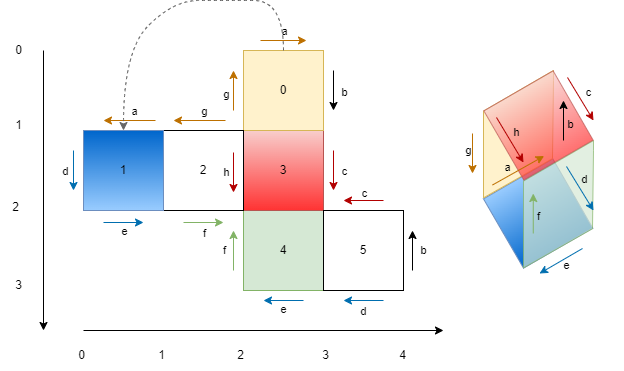
derailed-dash/Advent-of-Code keeps this draw.io diagram as docs/assets/images/cube_folding_sample.png. Above is the earlier version. Source tidied: cells renumbered, new cells last; positions are measured from the earlier drawing's top-left corner, leaving out a move shared by most shapes.
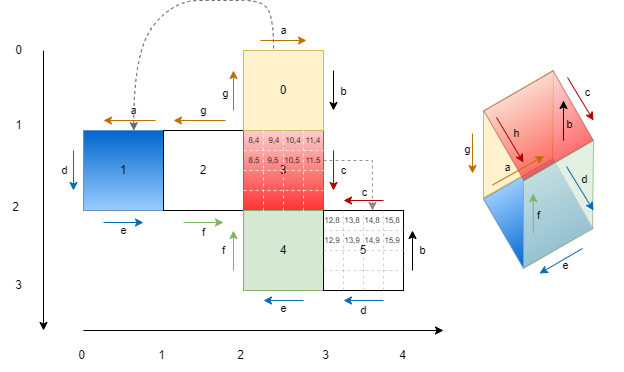
After the change.

Diff of the diagram source:
```diff
@@ -2,30 +2,12 @@
   <root>
     <mxCell id="0" />
     <mxCell id="1" parent="0" />
-    <mxCell id="2" value="4" style="whiteSpace=wrap;html=1;fillColor=#d5e8d4;strokeColor=#82b366;" parent="1" vertex="1">
-      <mxGeometry x="243" y="210" width="80" height="80" as="geometry" />
-    </mxCell>
     <mxCell id="3" style="edgeStyle=orthogonalEdgeStyle;rounded=0;jettySize=auto;html=1;strokeColor=#000000;" parent="1" edge="1" source="5" target="9">
       <mxGeometry relative="1" as="geometry" />
     </mxCell>
     <mxCell id="4" style="edgeStyle=orthogonalEdgeStyle;rounded=0;jettySize=auto;html=1;strokeColor=#000000;" parent="1" edge="1" source="5" target="9">
       <mxGeometry relative="1" as="geometry" />
     </mxCell>
-    <mxCell id="5" value="3" style="whiteSpace=wrap;html=1;fillColor=#f8cecc;strokeColor=#b85450;gradientColor=#FF3333;" parent="1" vertex="1">
-      <mxGeometry x="243" y="130" width="80" height="80" as="geometry" />
-    </mxCell>
-    <mxCell id="6" value="0" style="whiteSpace=wrap;html=1;fillColor=#fff2cc;strokeColor=#d6b656;" parent="1" vertex="1">
-      <mxGeometry x="243" y="50" width="80" height="80" as="geometry" />
-    </mxCell>
-    <mxCell id="7" value="5" style="whiteSpace=wrap;html=1;" parent="1" vertex="1">
-      <mxGeometry x="323" y="210" width="80" height="80" as="geometry" />
-    </mxCell>
-    <mxCell id="8" value="2" style="whiteSpace=wrap;html=1;" parent="1" vertex="1">
-      <mxGeometry x="163" y="130" width="80" height="80" as="geometry" />
-    </mxCell>
-    <mxCell id="9" value="1" style="whiteSpace=wrap;html=1;fillColor=#0066CC;strokeColor=#6c8ebf;gradientColor=#99CCFF;" parent="1" vertex="1">
-      <mxGeometry x="83" y="130" width="80" height="80" as="geometry" />
-    </mxCell>
     <mxCell id="10" style="endArrow=none;html=1;rounded=0;endFill=0;startArrow=classic;startFill=1;" parent="1" edge="1">
       <mxGeometry relative="1" as="geometry">
         <mxPoint x="43" y="330" as="sourcePoint" />
@@ -344,15 +326,164 @@
         <mxPoint x="1" y="-16" as="offset" />
       </mxGeometry>
     </mxCell>
+    <mxCell id="9" value="1" style="whiteSpace=wrap;html=1;fillColor=#0066CC;strokeColor=#6c8ebf;gradientColor=#99CCFF;" parent="1" vertex="1">
+      <mxGeometry x="83" y="130" width="80" height="80" as="geometry" />
+    </mxCell>
+    <mxCell id="8" value="2" style="whiteSpace=wrap;html=1;" parent="1" vertex="1">
+      <mxGeometry x="163" y="130" width="80" height="80" as="geometry" />
+    </mxCell>
+    <mxCell id="5" value="3" style="whiteSpace=wrap;html=1;fillColor=#f8cecc;strokeColor=#b85450;gradientColor=#FF3333;" parent="1" vertex="1">
+      <mxGeometry x="243" y="130" width="80" height="80" as="geometry" />
+    </mxCell>
+    <mxCell id="2" value="4" style="whiteSpace=wrap;html=1;fillColor=#d5e8d4;strokeColor=#82b366;" parent="1" vertex="1">
+      <mxGeometry x="243" y="210" width="80" height="80" as="geometry" />
+    </mxCell>
+    <mxCell id="7" value="5" style="whiteSpace=wrap;html=1;" parent="1" vertex="1">
+      <mxGeometry x="323" y="210" width="80" height="80" as="geometry" />
+    </mxCell>
+    <mxCell id="6" value="0" style="whiteSpace=wrap;html=1;fillColor=#fff2cc;strokeColor=#d6b656;" parent="1" vertex="1">
+      <mxGeometry x="243" y="50" width="80" height="80" as="geometry" />
+    </mxCell>
+    <mxCell id="72" value="Features" parent="0" />
+    <mxCell id="73" style="endArrow=none;html=1;rounded=0;dashed=1;entryX=0.25;entryY=0;entryDx=0;entryDy=0;exitX=0.25;exitY=1;exitDx=0;exitDy=0;strokeColor=#B3B3B3;opacity=60;" parent="72" edge="1">
+      <mxGeometry relative="1" as="geometry">
+        <mxPoint x="343" y="290" as="sourcePoint" />
+        <mxPoint x="343" y="210" as="targetPoint" />
+      </mxGeometry>
+    </mxCell>
+    <mxCell id="74" style="endArrow=none;html=1;rounded=0;dashed=1;entryX=0.5;entryY=0;entryDx=0;entryDy=0;exitX=0.5;exitY=1;exitDx=0;exitDy=0;strokeColor=#B3B3B3;opacity=60;" parent="72" edge="1">
+      <mxGeometry x="0.5" y="-130" relative="1" as="geometry">
+        <mxPoint x="363" y="290" as="sourcePoint" />
+        <mxPoint x="363" y="210" as="targetPoint" />
+      </mxGeometry>
+    </mxCell>
+    <mxCell id="75" style="endArrow=none;html=1;rounded=0;dashed=1;entryX=0.75;entryY=0;entryDx=0;entryDy=0;exitX=0.75;exitY=1;exitDx=0;exitDy=0;strokeColor=#B3B3B3;opacity=60;" parent="72" edge="1">
+      <mxGeometry relative="1" as="geometry">
+        <mxPoint x="383" y="290" as="sourcePoint" />
+        <mxPoint x="383" y="210" as="targetPoint" />
+      </mxGeometry>
+    </mxCell>
+    <mxCell id="76" style="endArrow=none;html=1;rounded=0;dashed=1;entryX=1;entryY=0.25;entryDx=0;entryDy=0;exitX=0;exitY=0.25;exitDx=0;exitDy=0;strokeColor=#B3B3B3;opacity=60;" parent="72" edge="1">
+      <mxGeometry relative="1" as="geometry">
+        <mxPoint x="323" y="230" as="sourcePoint" />
+        <mxPoint x="403" y="230" as="targetPoint" />
+      </mxGeometry>
+    </mxCell>
+    <mxCell id="77" style="endArrow=none;html=1;rounded=0;dashed=1;entryX=1;entryY=0.5;entryDx=0;entryDy=0;exitX=0;exitY=0.5;exitDx=0;exitDy=0;strokeColor=#B3B3B3;opacity=60;" parent="72" edge="1">
+      <mxGeometry relative="1" as="geometry">
+        <mxPoint x="323" y="250" as="sourcePoint" />
+        <mxPoint x="403" y="250" as="targetPoint" />
+      </mxGeometry>
+    </mxCell>
+    <mxCell id="78" style="endArrow=none;html=1;rounded=0;dashed=1;entryX=1;entryY=0.75;entryDx=0;entryDy=0;exitX=0;exitY=0.75;exitDx=0;exitDy=0;strokeColor=#B3B3B3;opacity=60;" parent="72" edge="1">
+      <mxGeometry relative="1" as="geometry">
+        <mxPoint x="323" y="270" as="sourcePoint" />
+        <mxPoint x="403" y="270" as="targetPoint" />
+      </mxGeometry>
+    </mxCell>
+    <mxCell id="79" style="endArrow=none;html=1;rounded=0;dashed=1;strokeColor=#FFFFFF;entryX=0.25;entryY=0;entryDx=0;entryDy=0;exitX=0.25;exitY=1;exitDx=0;exitDy=0;fillColor=#eeeeee;opacity=70;" parent="72" edge="1">
+      <mxGeometry relative="1" as="geometry">
+        <mxPoint x="263" y="210" as="sourcePoint" />
+        <mxPoint x="263" y="130" as="targetPoint" />
+      </mxGeometry>
+    </mxCell>
+    <mxCell id="80" style="endArrow=none;html=1;rounded=0;dashed=1;strokeColor=#FFFFFF;entryX=0.5;entryY=0;entryDx=0;entryDy=0;fillColor=#eeeeee;opacity=70;" parent="72" edge="1" source="5">
+      <mxGeometry x="0.5" y="-130" relative="1" as="geometry">
+        <mxPoint x="283" y="130" as="targetPoint" />
+      </mxGeometry>
+    </mxCell>
+    <mxCell id="81" style="endArrow=none;html=1;rounded=0;dashed=1;strokeColor=#FFFFFF;entryX=0.75;entryY=0;entryDx=0;entryDy=0;exitX=0.75;exitY=1;exitDx=0;exitDy=0;fillColor=#eeeeee;opacity=70;" parent="72" edge="1">
+      <mxGeometry relative="1" as="geometry">
+        <mxPoint x="303" y="210" as="sourcePoint" />
+        <mxPoint x="303" y="130" as="targetPoint" />
+      </mxGeometry>
+    </mxCell>
+    <mxCell id="82" style="endArrow=none;html=1;rounded=0;dashed=1;strokeColor=#FFFFFF;entryX=1;entryY=0.25;entryDx=0;entryDy=0;exitX=0;exitY=0.25;exitDx=0;exitDy=0;opacity=70;" parent="72" edge="1">
+      <mxGeometry relative="1" as="geometry">
+        <mxPoint x="243" y="150" as="sourcePoint" />
+        <mxPoint x="323" y="150" as="targetPoint" />
+      </mxGeometry>
+    </mxCell>
+    <mxCell id="83" style="endArrow=none;html=1;rounded=0;dashed=1;strokeColor=#FFFFFF;entryX=1;entryY=0.5;entryDx=0;entryDy=0;exitX=0;exitY=0.5;exitDx=0;exitDy=0;opacity=70;" parent="72" edge="1">
+      <mxGeometry relative="1" as="geometry">
+        <mxPoint x="243" y="170" as="sourcePoint" />
+        <mxPoint x="323" y="170" as="targetPoint" />
+      </mxGeometry>
+    </mxCell>
+    <mxCell id="84" style="endArrow=none;html=1;rounded=0;dashed=1;strokeColor=#FFFFFF;entryX=1;entryY=0.75;entryDx=0;entryDy=0;exitX=0;exitY=0.75;exitDx=0;exitDy=0;opacity=70;" parent="72" edge="1">
+      <mxGeometry relative="1" as="geometry">
+        <mxPoint x="243" y="190" as="sourcePoint" />
+        <mxPoint x="323" y="190" as="targetPoint" />
+      </mxGeometry>
+    </mxCell>
+    <mxCell id="85" style="endArrow=none;html=1;rounded=0;dashed=1;strokeColor=#FFFFFF;entryX=0.25;entryY=0;entryDx=0;entryDy=0;exitX=0.25;exitY=1;exitDx=0;exitDy=0;fillColor=#eeeeee;opacity=70;" parent="72" edge="1">
+      <mxGeometry relative="1" as="geometry">
+        <mxPoint x="283" y="210" as="sourcePoint" />
+        <mxPoint x="283" y="130" as="targetPoint" />
+      </mxGeometry>
+    </mxCell>
-    <mxCell id="71" style="curved=1;endArrow=classic;html=1;rounded=0;exitX=0.5;exitY=0;exitDx=0;exitDy=0;entryX=0.5;entryY=0;entryDx=0;entryDy=0;dashed=1;fillColor=#f5f5f5;strokeColor=#666666;" parent="1" edge="1" source="6" target="9">
+    <mxCell id="71" style="curved=1;endArrow=classic;html=1;rounded=0;exitX=0.376;exitY=-0.024;exitDx=0;exitDy=0;entryX=0.629;entryY=0.002;entryDx=0;entryDy=0;dashed=1;fillColor=#f5f5f5;strokeColor=#666666;exitPerimeter=0;entryPerimeter=0;" parent="72" edge="1" source="6" target="9">
       <mxGeometry relative="1" as="geometry">
         <Array as="points">
-          <mxPoint x="283" />
+          <mxPoint x="273" y="20" />
+          <mxPoint x="263" />
           <mxPoint x="223" />
           <mxPoint x="173" />
-          <mxPoint x="123" y="50" />
+          <mxPoint x="133" y="50" />
         </Array>
       </mxGeometry>
     </mxCell>
+    <mxCell id="86" value="Coords" parent="0" />
+    <mxCell id="87" value="8,4" style="text;html=1;strokeColor=none;fillColor=none;align=center;verticalAlign=middle;whiteSpace=wrap;rounded=0;labelBackgroundColor=none;opacity=70;fontSize=8;" parent="86" vertex="1">
+      <mxGeometry x="244" y="130" width="20" height="20" as="geometry" />
+    </mxCell>
+    <mxCell id="88" value="9,4" style="text;html=1;strokeColor=none;fillColor=none;align=center;verticalAlign=middle;whiteSpace=wrap;rounded=0;labelBackgroundColor=none;opacity=70;fontSize=8;" parent="86" vertex="1">
+      <mxGeometry x="264" y="130" width="20" height="20" as="geometry" />
+    </mxCell>
+    <mxCell id="89" value="10,4" style="text;html=1;strokeColor=none;fillColor=none;align=center;verticalAlign=middle;whiteSpace=wrap;rounded=0;labelBackgroundColor=none;opacity=70;fontSize=8;" parent="86" vertex="1">
+      <mxGeometry x="283" y="130" width="20" height="20" as="geometry" />
+    </mxCell>
+    <mxCell id="90" value="11,4" style="text;html=1;strokeColor=none;fillColor=none;align=center;verticalAlign=middle;whiteSpace=wrap;rounded=0;labelBackgroundColor=none;opacity=70;fontSize=8;" parent="86" vertex="1">
+      <mxGeometry x="303" y="130" width="20" height="20" as="geometry" />
+    </mxCell>
+    <mxCell id="91" value="8,5" style="text;html=1;strokeColor=none;fillColor=none;align=center;verticalAlign=middle;whiteSpace=wrap;rounded=0;labelBackgroundColor=none;opacity=70;fontSize=8;" parent="86" vertex="1">
+      <mxGeometry x="244" y="150" width="20" height="20" as="geometry" />
+    </mxCell>
+    <mxCell id="92" value="9,5" style="text;html=1;strokeColor=none;fillColor=none;align=center;verticalAlign=middle;whiteSpace=wrap;rounded=0;labelBackgroundColor=none;opacity=70;fontSize=8;" parent="86" vertex="1">
+      <mxGeometry x="263" y="150" width="20" height="20" as="geometry" />
+    </mxCell>
+    <mxCell id="93" value="10,5" style="text;html=1;strokeColor=none;fillColor=none;align=center;verticalAlign=middle;whiteSpace=wrap;rounded=0;labelBackgroundColor=none;opacity=70;fontSize=8;" parent="86" vertex="1">
+      <mxGeometry x="282" y="150" width="20" height="20" as="geometry" />
+    </mxCell>
+    <mxCell id="94" style="edgeStyle=orthogonalEdgeStyle;rounded=0;jettySize=auto;html=1;entryX=0.5;entryY=0;entryDx=0;entryDy=0;dashed=1;strokeColor=#666666;fontSize=8;startArrow=none;startFill=0;endArrow=classic;endFill=1;opacity=70;" parent="86" edge="1" source="95" target="98">
+      <mxGeometry relative="1" as="geometry" />
+    </mxCell>
+    <mxCell id="95" value="11.5" style="text;html=1;strokeColor=none;fillColor=none;align=center;verticalAlign=middle;whiteSpace=wrap;rounded=0;labelBackgroundColor=none;opacity=70;fontSize=8;" parent="86" vertex="1">
+      <mxGeometry x="303" y="150" width="20" height="20" as="geometry" />
+    </mxCell>
+    <mxCell id="96" value="12,8" style="text;html=1;strokeColor=none;fillColor=none;align=center;verticalAlign=middle;whiteSpace=wrap;rounded=0;labelBackgroundColor=none;opacity=70;fontSize=8;" parent="86" vertex="1">
+      <mxGeometry x="322" y="210" width="20" height="20" as="geometry" />
+    </mxCell>
+    <mxCell id="97" value="13,8" style="text;html=1;strokeColor=none;fillColor=none;align=center;verticalAlign=middle;whiteSpace=wrap;rounded=0;labelBackgroundColor=none;opacity=70;fontSize=8;" parent="86" vertex="1">
+      <mxGeometry x="342" y="210" width="20" height="20" as="geometry" />
+    </mxCell>
+    <mxCell id="98" value="14,8" style="text;html=1;strokeColor=none;fillColor=none;align=center;verticalAlign=middle;whiteSpace=wrap;rounded=0;labelBackgroundColor=none;opacity=70;fontSize=8;" parent="86" vertex="1">
+      <mxGeometry x="362" y="210" width="20" height="20" as="geometry" />
+    </mxCell>
+    <mxCell id="99" value="15,8" style="text;html=1;strokeColor=none;fillColor=none;align=center;verticalAlign=middle;whiteSpace=wrap;rounded=0;labelBackgroundColor=none;opacity=70;fontSize=8;" parent="86" vertex="1">
+      <mxGeometry x="382" y="210" width="20" height="20" as="geometry" />
+    </mxCell>
+    <mxCell id="100" value="12,9" style="text;html=1;strokeColor=none;fillColor=none;align=center;verticalAlign=middle;whiteSpace=wrap;rounded=0;labelBackgroundColor=none;opacity=70;fontSize=8;" parent="86" vertex="1">
+      <mxGeometry x="322" y="230" width="20" height="20" as="geometry" />
+    </mxCell>
+    <mxCell id="101" value="13,9" style="text;html=1;strokeColor=none;fillColor=none;align=center;verticalAlign=middle;whiteSpace=wrap;rounded=0;labelBackgroundColor=none;opacity=70;fontSize=8;" parent="86" vertex="1">
+      <mxGeometry x="342" y="230" width="20" height="20" as="geometry" />
+    </mxCell>
+    <mxCell id="102" value="14,9" style="text;html=1;strokeColor=none;fillColor=none;align=center;verticalAlign=middle;whiteSpace=wrap;rounded=0;labelBackgroundColor=none;opacity=70;fontSize=8;" parent="86" vertex="1">
+      <mxGeometry x="362" y="230" width="20" height="20" as="geometry" />
+    </mxCell>
+    <mxCell id="103" value="15,9" style="text;html=1;strokeColor=none;fillColor=none;align=center;verticalAlign=middle;whiteSpace=wrap;rounded=0;labelBackgroundColor=none;opacity=70;fontSize=8;" parent="86" vertex="1">
+      <mxGeometry x="382" y="230" width="20" height="20" as="geometry" />
+    </mxCell>
   </root>
 </mxGraphModel>
```
